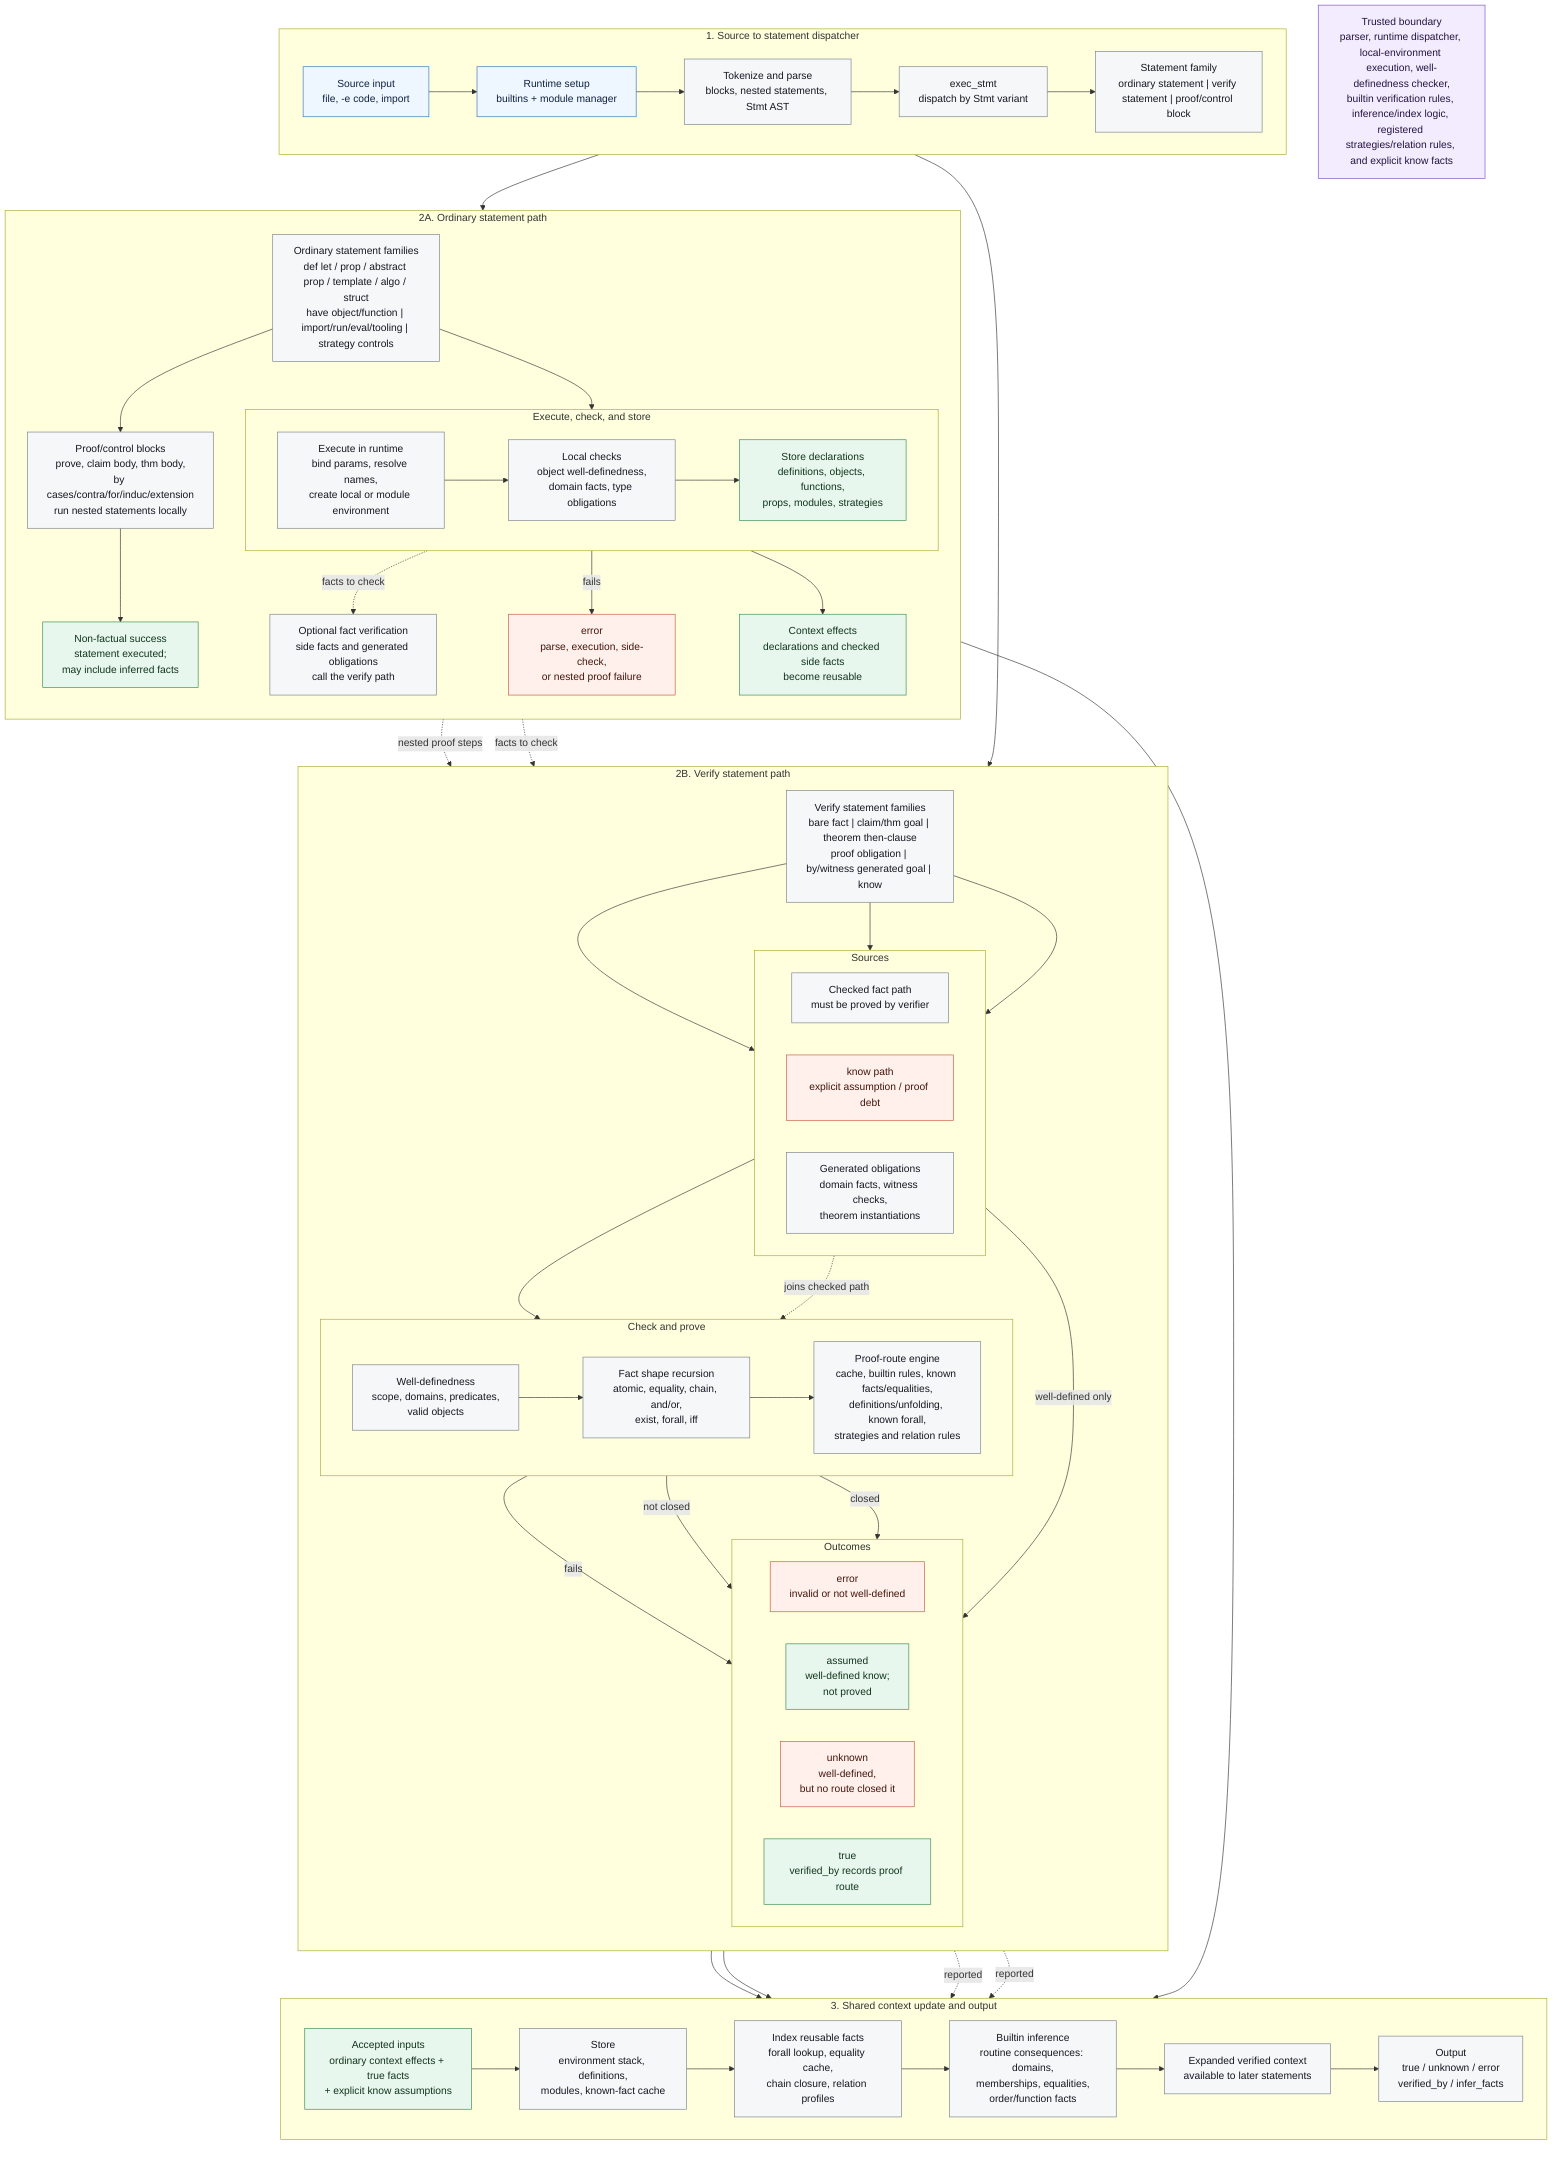
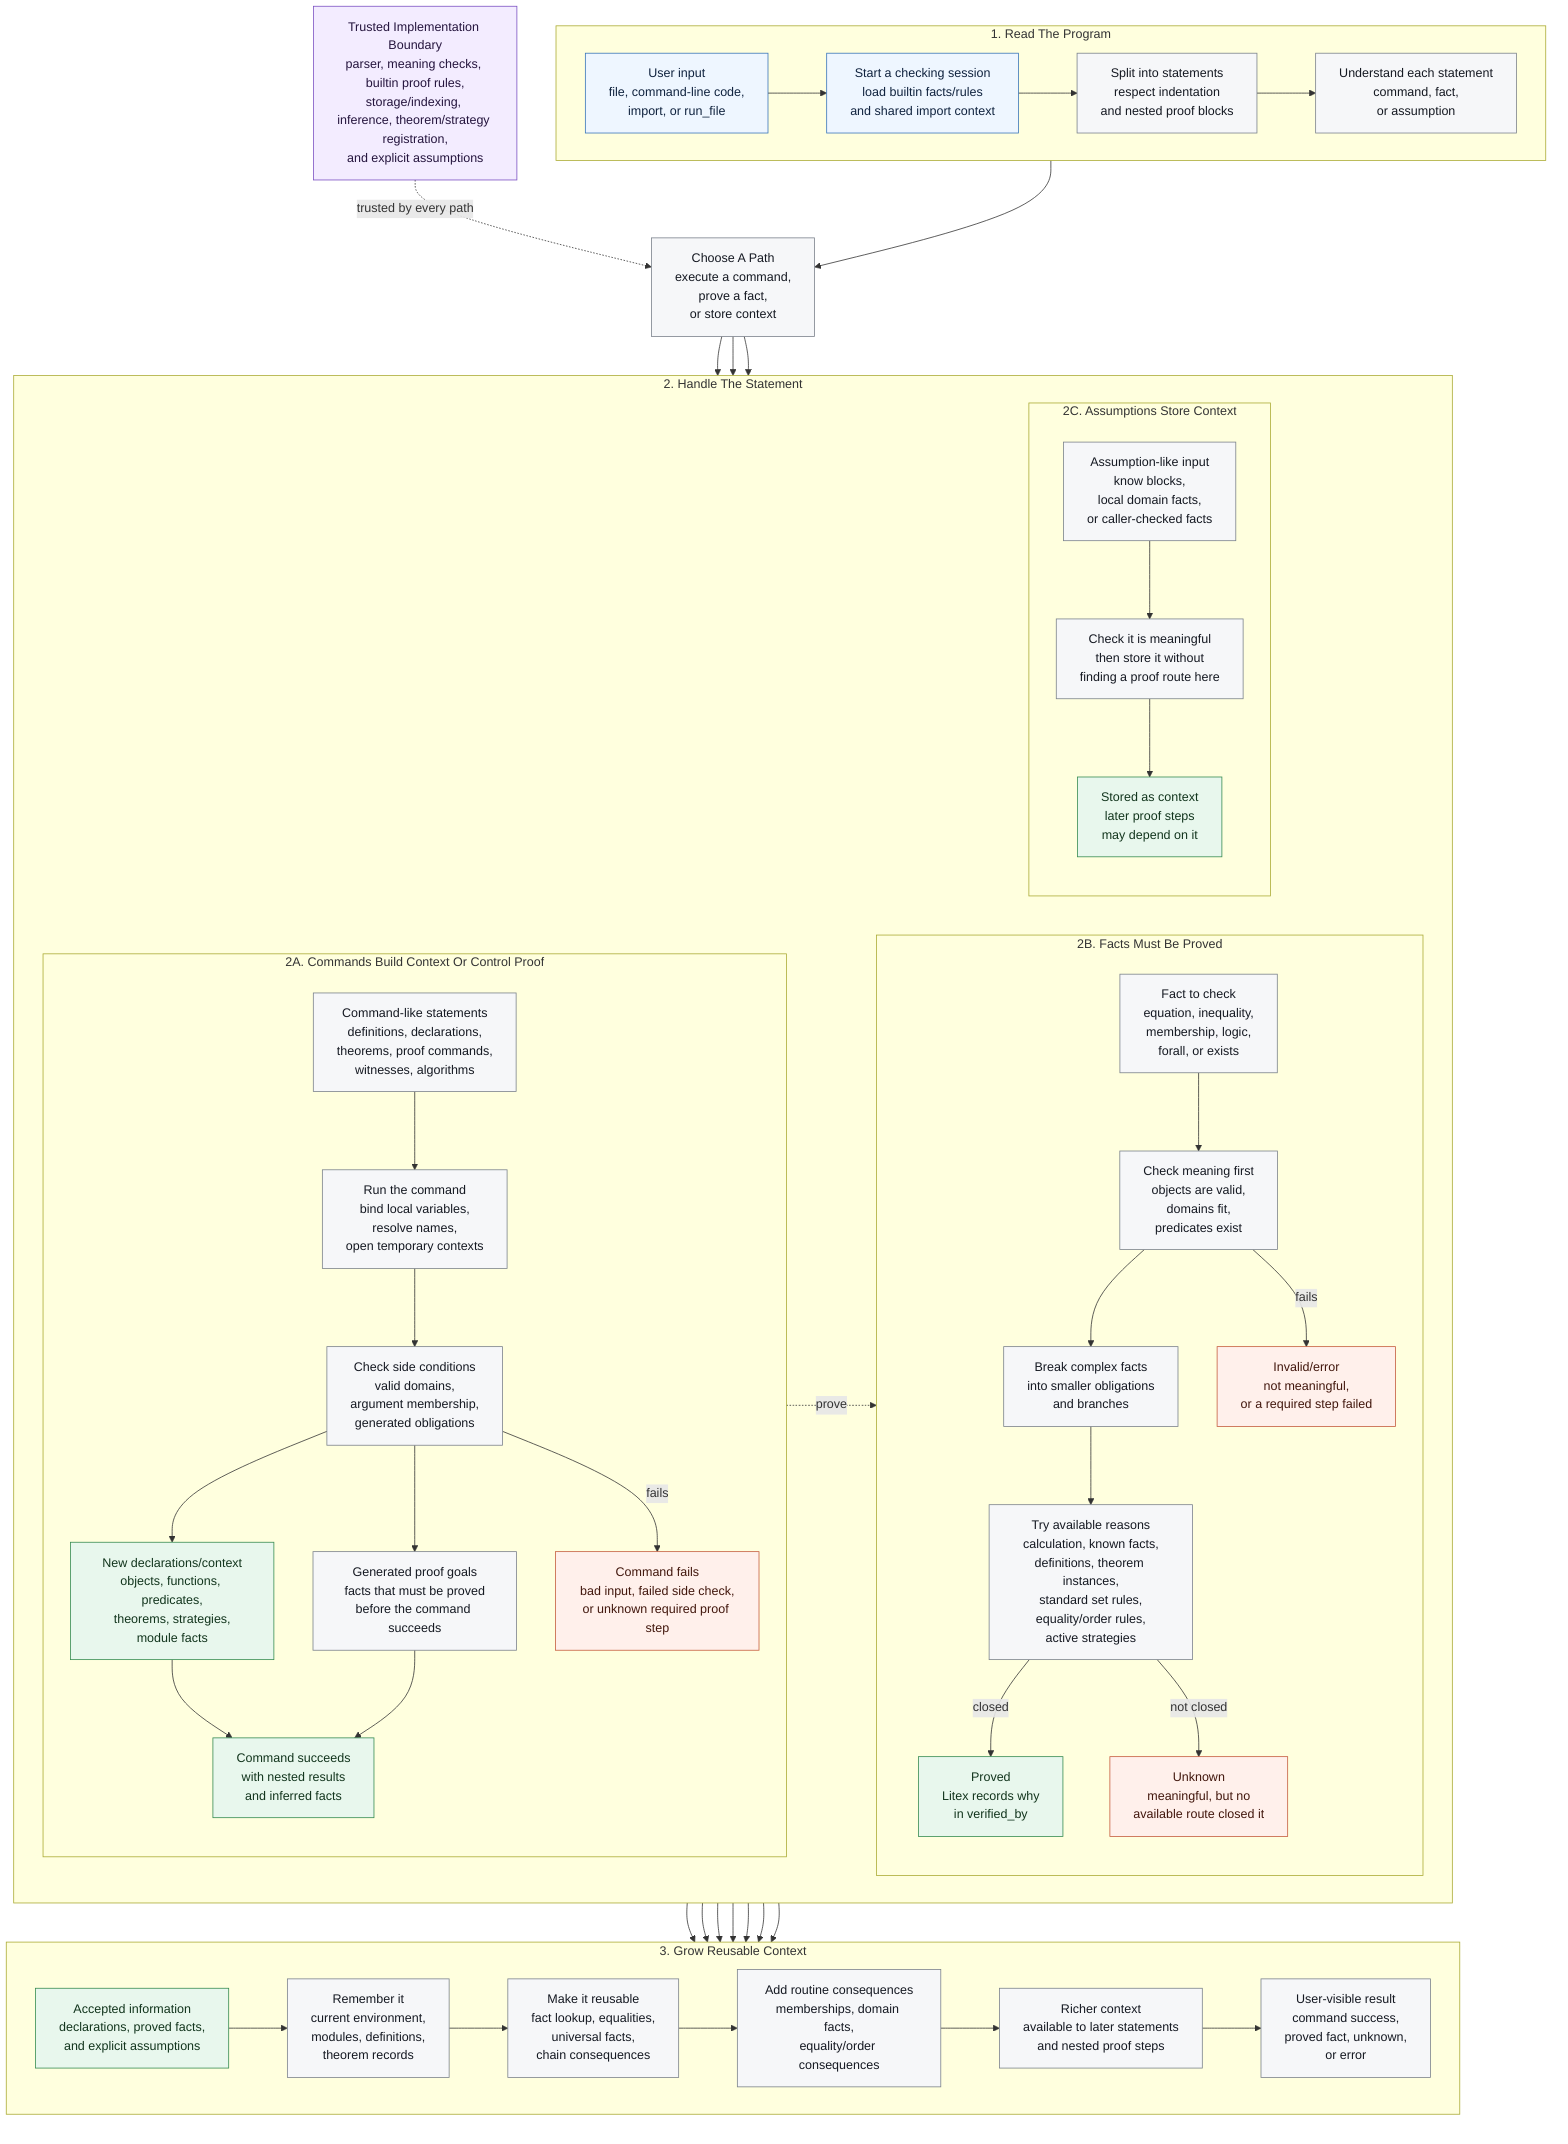
%% Litex whole-run flow.
- %% This is the canonical editable source for assets/verifier_flow.png.
- %% The rendered PNG uses the same structure but is manually laid out for
- %% publication quality.
+ %% Canonical editable source for assets/verifier_flow.png.
+ %% Keep labels reader-facing: describe each stage, not Rust function names.
+ %% The README PNG is manually laid out from this structure for readability.
flowchart TB
-     subgraph source["1. Source to statement dispatcher"]
+     subgraph source["1. Read The Program"]
        direction LR
-         input["Source input<br/>file, -e code, import"]
-         runtime["Runtime setup<br/>builtins + module manager"]
-         parse["Tokenize and parse<br/>blocks, nested statements, Stmt AST"]
-         dispatch["exec_stmt<br/>dispatch by Stmt variant"]
-         family["Statement family<br/>ordinary statement | verify statement | proof/control block"]
+         input["User input<br/>file, command-line code,<br/>import, or run_file"]
+         session["Start a checking session<br/>load builtin facts/rules<br/>and shared import context"]
+         blocks["Split into statements<br/>respect indentation<br/>and nested proof blocks"]
+         understand["Understand each statement<br/>command, fact,<br/>or assumption"]

-         input --> runtime --> parse --> dispatch --> family
+         input --> session --> blocks --> understand
    end

-     subgraph ordinary["2A. Ordinary statement path"]
-         direction TB
-         ordinary_family["Ordinary statement families<br/>def let / prop / abstract prop / template / algo / struct<br/>have object/function | import/run/eval/tooling | strategy controls"]
+     dispatch["Choose A Path<br/>execute a command,<br/>prove a fact,<br/>or store context"]

-         subgraph ordinary_core["Execute, check, and store"]
-             direction LR
-             exec_runtime["Execute in runtime<br/>bind params, resolve names,<br/>create local or module environment"]
-             local_checks["Local checks<br/>object well-definedness,<br/>domain facts, type obligations"]
-             store_decls["Store declarations<br/>definitions, objects, functions,<br/>props, modules, strategies"]
+     subgraph paths["2. Handle The Statement"]
+         direction LR
+ 
+         subgraph command_path["2A. Commands Build Context Or Control Proof"]
+             direction TB
+             command_kinds["Command-like statements<br/>definitions, declarations,<br/>theorems, proof commands,<br/>witnesses, algorithms"]
+             command_work["Run the command<br/>bind local variables,<br/>resolve names,<br/>open temporary contexts"]
+             side_checks["Check side conditions<br/>valid domains,<br/>argument membership,<br/>generated obligations"]
+             new_decls["New declarations/context<br/>objects, functions, predicates,<br/>theorems, strategies,<br/>module facts"]
+             command_goals["Generated proof goals<br/>facts that must be proved<br/>before the command succeeds"]
+             command_done["Command succeeds<br/>with nested results<br/>and inferred facts"]
+             command_bad["Command fails<br/>bad input, failed side check,<br/>or unknown required proof step"]
+ 
+             command_kinds --> command_work --> side_checks
+             side_checks --> new_decls --> command_done
+             side_checks --> command_goals --> command_done
+             side_checks -->|"fails"| command_bad
        end

-         proof_blocks["Proof/control blocks<br/>prove, claim body, thm body,<br/>by cases/contra/for/induc/extension<br/>run nested statements locally"]
-         side_verify["Optional fact verification<br/>side facts and generated obligations<br/>call the verify path"]
-         ordinary_success["Non-factual success<br/>statement executed;<br/>may include inferred facts"]
-         ordinary_error["error<br/>parse, execution, side-check,<br/>or nested proof failure"]
-         context_effects["Context effects<br/>declarations and checked side facts<br/>become reusable"]
+         subgraph fact_path["2B. Facts Must Be Proved"]
+             direction TB
+             fact_input["Fact to check<br/>equation, inequality,<br/>membership, logic,<br/>forall, or exists"]
+             meaningful["Check meaning first<br/>objects are valid,<br/>domains fit,<br/>predicates exist"]
+             split_fact["Break complex facts<br/>into smaller obligations<br/>and branches"]
+             search["Try available reasons<br/>calculation, known facts,<br/>definitions, theorem instances,<br/>standard set rules,<br/>equality/order rules,<br/>active strategies"]
+             proved["Proved<br/>Litex records why<br/>in verified_by"]
+             unknown["Unknown<br/>meaningful, but no<br/>available route closed it"]
+             invalid["Invalid/error<br/>not meaningful,<br/>or a required step failed"]

-         ordinary_family --> exec_runtime --> local_checks --> store_decls
-         ordinary_family --> proof_blocks
-         local_checks -. "facts to check" .-> side_verify
-         proof_blocks --> ordinary_success
-         local_checks -->|"fails"| ordinary_error
-         store_decls --> context_effects
+             fact_input --> meaningful --> split_fact --> search
+             search -->|"closed"| proved
+             search -->|"not closed"| unknown
+             meaningful -->|"fails"| invalid
+         end
+ 
+         subgraph assume_path["2C. Assumptions Store Context"]
+             direction TB
+             assume_input["Assumption-like input<br/>know blocks,<br/>local domain facts,<br/>or caller-checked facts"]
+             assume_check["Check it is meaningful<br/>then store it without<br/>finding a proof route here"]
+             assumed["Stored as context<br/>later proof steps<br/>may depend on it"]
+ 
+             assume_input --> assume_check --> assumed
+         end
    end

-     subgraph verify["2B. Verify statement path"]
-         direction TB
-         verify_family["Verify statement families<br/>bare fact | claim/thm goal | theorem then-clause<br/>proof obligation | by/witness generated goal | know"]
+     subgraph context["3. Grow Reusable Context"]
+         direction LR
+         accepted["Accepted information<br/>declarations, proved facts,<br/>and explicit assumptions"]
+         remember["Remember it<br/>current environment,<br/>modules, definitions,<br/>theorem records"]
+         index["Make it reusable<br/>fact lookup, equalities,<br/>universal facts,<br/>chain consequences"]
+         infer["Add routine consequences<br/>memberships, domain facts,<br/>equality/order consequences"]
+         reuse["Richer context<br/>available to later statements<br/>and nested proof steps"]
+         output["User-visible result<br/>command success,<br/>proved fact, unknown,<br/>or error"]

-         subgraph verify_sources["Sources"]
-             direction LR
-             checked["Checked fact path<br/>must be proved by verifier"]
-             know["know path<br/>explicit assumption / proof debt"]
-             generated["Generated obligations<br/>domain facts, witness checks,<br/>theorem instantiations"]
-         end
- 
-         subgraph verify_core["Check and prove"]
-             direction LR
-             wd["Well-definedness<br/>scope, domains, predicates,<br/>valid objects"]
-             shape["Fact shape recursion<br/>atomic, equality, chain, and/or,<br/>exist, forall, iff"]
-             routes["Proof-route engine<br/>cache, builtin rules, known facts/equalities,<br/>definitions/unfolding, known forall,<br/>strategies and relation rules"]
-         end
- 
-         subgraph outcomes["Outcomes"]
-             direction LR
-             err["error<br/>invalid or not well-defined"]
-             assumed["assumed<br/>well-defined know;<br/>not proved"]
-             unknown["unknown<br/>well-defined,<br/>but no route closed it"]
-             proved["true<br/>verified_by records proof route"]
-         end
- 
-         verify_family --> checked
-         verify_family --> know
-         verify_family --> generated
-         checked --> wd
-         generated -. "joins checked path" .-> wd
-         wd --> shape --> routes
-         wd -->|"fails"| err
-         know -->|"well-defined only"| assumed
-         routes -->|"not closed"| unknown
-         routes -->|"closed"| proved
+         accepted --> remember --> index --> infer --> reuse --> output
    end

-     subgraph update["3. Shared context update and output"]
-         direction LR
-         accepted["Accepted inputs<br/>ordinary context effects + true facts<br/>+ explicit know assumptions"]
-         store["Store<br/>environment stack, definitions,<br/>modules, known-fact cache"]
-         index["Index reusable facts<br/>forall lookup, equality cache,<br/>chain closure, relation profiles"]
-         infer["Builtin inference<br/>routine consequences: domains,<br/>memberships, equalities,<br/>order/function facts"]
-         context["Expanded verified context<br/>available to later statements"]
-         output["Output<br/>true / unknown / error<br/>verified_by / infer_facts"]
+     boundary["Trusted Implementation Boundary<br/>parser, meaning checks, builtin proof rules,<br/>storage/indexing, inference, theorem/strategy registration,<br/>and explicit assumptions"]

-         accepted --> store --> index --> infer --> context --> output
-     end
+     understand --> dispatch
+     dispatch --> command_kinds
+     dispatch --> fact_input
+     dispatch --> assume_input

-     family --> ordinary_family
-     family --> verify_family
-     proof_blocks -. "nested proof steps" .-> verify_family
-     side_verify -. "facts to check" .-> wd
-     context_effects --> accepted
+     command_goals -. "prove" .-> fact_input
+     new_decls --> accepted
+     command_done --> output
+     command_bad --> output
    proved --> accepted
    assumed --> accepted
-     unknown -. "reported" .-> output
-     err -. "reported" .-> output
- 
-     boundary["Trusted boundary<br/>parser, runtime dispatcher, local-environment execution, well-definedness checker,<br/>builtin verification rules, inference/index logic, registered strategies/relation rules, and explicit know facts"]
+     unknown --> output
+     invalid --> output
+     boundary -. "trusted by every path" .-> dispatch

    classDef input fill:#eef6ff,stroke:#3673b8,color:#10233f;
    classDef process fill:#f6f7f9,stroke:#79808a,color:#151922;
-     classDef decision fill:#fff5d9,stroke:#b98300,color:#2c2100;
    classDef success fill:#e8f7ed,stroke:#348a50,color:#12351d;
    classDef warn fill:#fff0eb,stroke:#c45b3c,color:#42170d;
    classDef trusted fill:#f3ecff,stroke:#7a4fc2,color:#25153e;

-     class input,runtime input;
-     class parse,dispatch,family,ordinary_family,exec_runtime,local_checks,proof_blocks,side_verify,wd,shape,routes,store,index,infer,context,output,verify_family,checked,generated process;
-     class store_decls,ordinary_success,context_effects,proved,accepted,assumed success;
-     class ordinary_error,err,unknown,know warn;
+     class input,session input;
+     class blocks,understand,dispatch,command_kinds,command_work,side_checks,command_goals,fact_input,meaningful,split_fact,search,assume_input,assume_check,remember,index,infer,reuse,output process;
+     class new_decls,command_done,proved,assumed,accepted success;
+     class unknown,invalid,command_bad warn;
    class boundary trusted;
